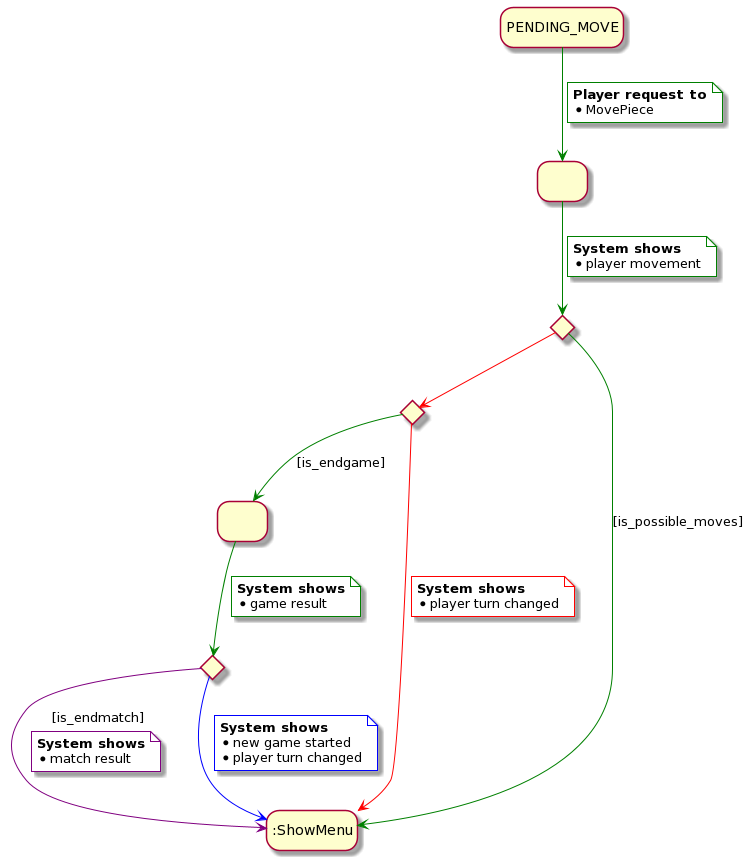
This is rup/usecase/move_piece.png from USantaTecla-game-backgammon/backgammon, a PlantUML export, as it was before one commit.
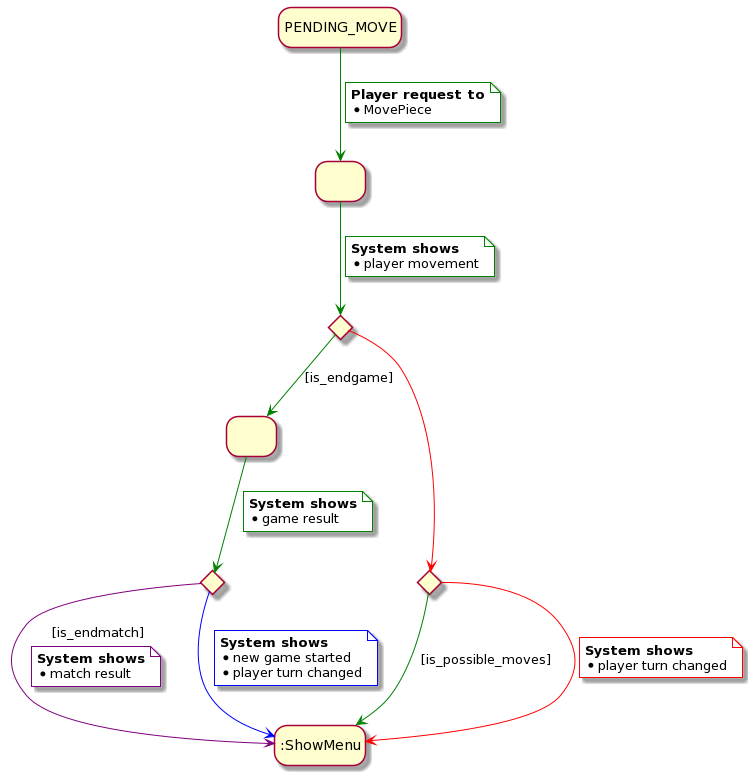
The same file after the commit.

Commit message:
Improve start and move_piece use case description and analysis

The edit, as a diff of the source:
```diff
@@ -10,14 +10,18 @@
 state is_endmatch <<choice>>
 state is_possible_moves <<choice>>
 
-1 -[#green]-> is_possible_moves
+1 -[#green]-> is_endgame
 note on link #white
     <b>System shows</b>
     * player movement
 end note
 
 is_possible_moves -[#green]-> :ShowMenu : [is_possible_moves]
-is_possible_moves -[#red]-> is_endgame
+is_possible_moves -[#red]-> :ShowMenu
+note on link #white
+    <b>System shows</b>
+    * player turn changed
+end note
 
 is_endgame -[#green]-> endgame : [is_endgame]
 endgame -[#green]-> is_endmatch
@@ -25,11 +29,7 @@
     <b>System shows</b>
     * game result
 end note
-is_endgame -[#red]-> :ShowMenu
-note on link #white
-    <b>System shows</b>
-    * player turn changed
-end note
+is_endgame -[#red]-> is_possible_moves
 
 is_endmatch -[#purple]-> :ShowMenu : [is_endmatch]
 note on link #white
```
